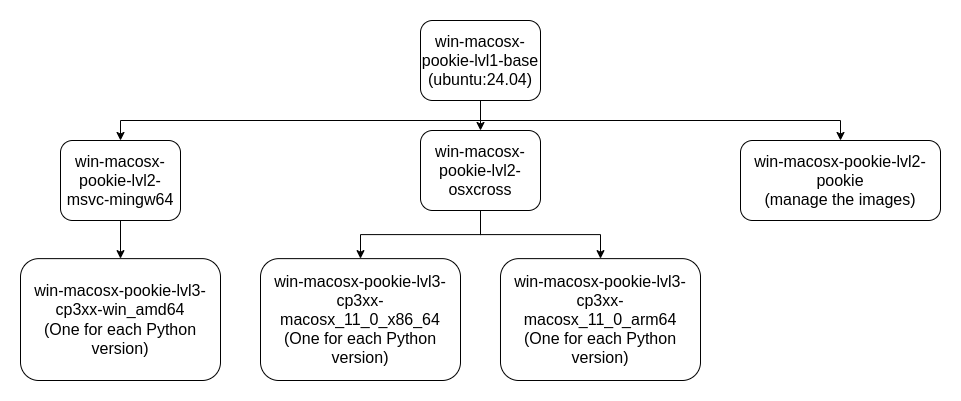
This is images/win-macosx-pookie/Docker_layer_graph_win-macosx-pookie.png from andreslilloortiz/pookie, a draw.io export, as it was before one commit. Source tidied: cells renumbered, new cells last; positions are measured from the earlier drawing's top-left corner, leaving out a move shared by most shapes.
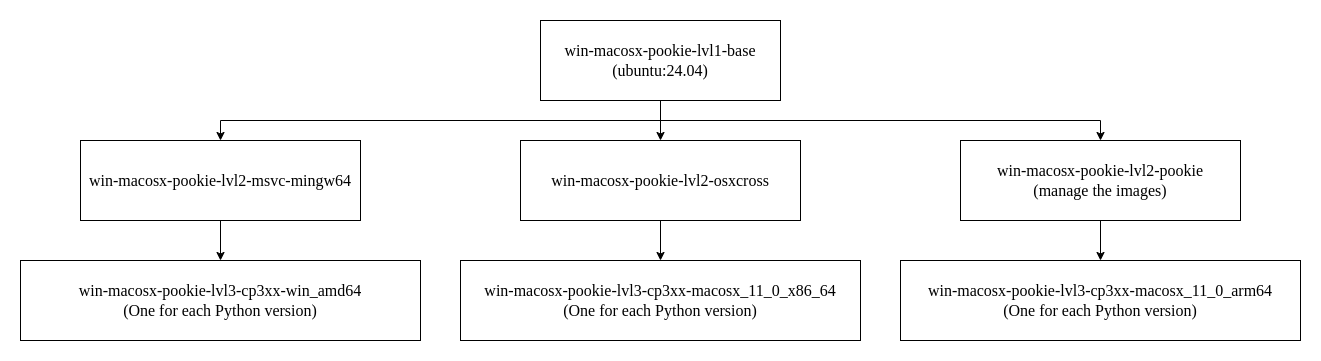
After the commit.

Commit message:
New docker layer graph style

The edit, as a diff of the source:
```diff
@@ -2,43 +2,43 @@
   <root>
     <mxCell id="0" />
     <mxCell id="1" parent="0" />
-    <mxCell id="2" style="edgeStyle=orthogonalEdgeStyle;rounded=0;jettySize=auto;html=1;exitX=0.5;exitY=1;exitDx=0;exitDy=0;entryX=0.5;entryY=0;entryDx=0;entryDy=0;fontSize=16;fontColor=default;" parent="1" edge="1" source="5" target="6">
+    <mxCell id="2" style="edgeStyle=orthogonalEdgeStyle;rounded=0;jettySize=auto;html=1;exitX=0.5;exitY=1;exitDx=0;exitDy=0;entryX=0.5;entryY=0;entryDx=0;entryDy=0;fontSize=16;fontColor=default;fontFamily=Times New Roman;" parent="1" edge="1" source="5" target="6">
       <mxGeometry relative="1" as="geometry" />
     </mxCell>
-    <mxCell id="3" style="edgeStyle=orthogonalEdgeStyle;rounded=0;jettySize=auto;html=1;exitX=0.5;exitY=1;exitDx=0;exitDy=0;fontSize=16;fontColor=default;" parent="1" edge="1" source="5" target="8">
+    <mxCell id="3" style="edgeStyle=orthogonalEdgeStyle;rounded=0;jettySize=auto;html=1;exitX=0.5;exitY=1;exitDx=0;exitDy=0;fontSize=16;fontColor=default;fontFamily=Times New Roman;" parent="1" edge="1" source="5" target="8">
       <mxGeometry relative="1" as="geometry" />
     </mxCell>
-    <mxCell id="4" style="edgeStyle=orthogonalEdgeStyle;rounded=0;jettySize=auto;html=1;exitX=0.5;exitY=1;exitDx=0;exitDy=0;fontSize=16;fontColor=default;" parent="1" edge="1" source="5" target="11">
+    <mxCell id="4" style="edgeStyle=orthogonalEdgeStyle;rounded=0;jettySize=auto;html=1;exitX=0.5;exitY=1;exitDx=0;exitDy=0;fontSize=16;fontColor=default;fontFamily=Times New Roman;" parent="1" edge="1" source="5" target="11">
       <mxGeometry relative="1" as="geometry" />
     </mxCell>
-    <mxCell id="5" value="&lt;div&gt;&lt;font&gt;win-macosx-pookie-lvl1-base&lt;/font&gt;&lt;/div&gt;&lt;font&gt;(ubuntu:24.04)&lt;/font&gt;" style="rounded=1;whiteSpace=wrap;html=1;fontSize=16;fontColor=default;" parent="1" vertex="1">
-      <mxGeometry x="400" width="120" height="80" as="geometry" />
+    <mxCell id="5" value="&lt;div&gt;&lt;font&gt;win-macosx-pookie-lvl1-base&lt;/font&gt;&lt;/div&gt;&lt;font&gt;(ubuntu:24.04)&lt;/font&gt;" style="rounded=0;whiteSpace=wrap;html=1;fontSize=16;fontColor=default;fontFamily=Times New Roman;" parent="1" vertex="1">
+      <mxGeometry x="520" width="240" height="80" as="geometry" />
     </mxCell>
-    <mxCell id="6" value="&lt;font&gt;&lt;span style=&quot;&quot;&gt;win-macosx-pookie-lvl2-&lt;/span&gt;pookie&lt;/font&gt;&lt;div&gt;&lt;font&gt;(manage the images)&lt;/font&gt;&lt;/div&gt;" style="rounded=1;whiteSpace=wrap;html=1;strokeColor=default;fontSize=16;fontColor=default;" parent="1" vertex="1">
-      <mxGeometry x="720" y="120" width="200" height="80" as="geometry" />
+    <mxCell id="6" value="&lt;font&gt;&lt;span style=&quot;&quot;&gt;win-macosx-pookie-lvl2-&lt;/span&gt;pookie&lt;/font&gt;&lt;div&gt;&lt;font&gt;(manage the images)&lt;/font&gt;&lt;/div&gt;" style="rounded=0;whiteSpace=wrap;html=1;strokeColor=default;fontSize=16;fontColor=default;fontFamily=Times New Roman;" parent="1" vertex="1">
+      <mxGeometry x="940" y="120" width="280" height="80" as="geometry" />
     </mxCell>
-    <mxCell id="7" style="edgeStyle=orthogonalEdgeStyle;rounded=0;jettySize=auto;html=1;exitX=0.5;exitY=1;exitDx=0;exitDy=0;entryX=0.5;entryY=0;entryDx=0;entryDy=0;fontSize=16;fontColor=default;" parent="1" edge="1" source="8" target="9">
+    <mxCell id="7" style="edgeStyle=orthogonalEdgeStyle;rounded=0;jettySize=auto;html=1;exitX=0.5;exitY=1;exitDx=0;exitDy=0;entryX=0.5;entryY=0;entryDx=0;entryDy=0;fontSize=16;fontColor=default;fontFamily=Times New Roman;" parent="1" edge="1" source="8" target="9">
       <mxGeometry relative="1" as="geometry" />
     </mxCell>
-    <mxCell id="8" value="win&lt;span style=&quot;&quot;&gt;-macosx-pookie-lvl2-msvc-mingw64&lt;/span&gt;" style="rounded=1;whiteSpace=wrap;html=1;fontSize=16;fontColor=default;" parent="1" vertex="1">
-      <mxGeometry x="40" y="120" width="120" height="80" as="geometry" />
+    <mxCell id="8" value="win&lt;span style=&quot;&quot;&gt;-macosx-pookie-lvl2-msvc-mingw64&lt;/span&gt;" style="rounded=0;whiteSpace=wrap;html=1;fontSize=16;fontColor=default;fontFamily=Times New Roman;" parent="1" vertex="1">
+      <mxGeometry x="60" y="120" width="280" height="80" as="geometry" />
     </mxCell>
-    <mxCell id="9" value="&lt;font&gt;&lt;span style=&quot;background-color: transparent;&quot;&gt;win-macosx-pookie&lt;/span&gt;&lt;span style=&quot;&quot;&gt;-&lt;/span&gt;&lt;span style=&quot;&quot;&gt;lvl3&lt;/span&gt;&lt;span style=&quot;&quot;&gt;-&lt;/span&gt;&lt;span style=&quot;&quot;&gt;cp3xx-win_amd64&lt;/span&gt;&lt;br&gt;&lt;span style=&quot;&quot;&gt;(One for each Python version)&lt;/span&gt;&lt;/font&gt;" style="rounded=1;whiteSpace=wrap;html=1;fontSize=16;fontColor=default;" parent="1" vertex="1">
-      <mxGeometry y="238.1" width="200" height="121.9" as="geometry" />
+    <mxCell id="9" value="&lt;font&gt;&lt;span style=&quot;background-color: transparent;&quot;&gt;win-macosx-pookie&lt;/span&gt;&lt;span style=&quot;&quot;&gt;-&lt;/span&gt;&lt;span style=&quot;&quot;&gt;lvl3&lt;/span&gt;&lt;span style=&quot;&quot;&gt;-&lt;/span&gt;&lt;span style=&quot;&quot;&gt;cp3xx-win_amd64&lt;/span&gt;&lt;br&gt;&lt;span style=&quot;&quot;&gt;(One for each Python version)&lt;/span&gt;&lt;/font&gt;" style="rounded=0;whiteSpace=wrap;html=1;fontSize=16;fontColor=default;fontFamily=Times New Roman;" parent="1" vertex="1">
+      <mxGeometry y="240" width="400" height="80" as="geometry" />
     </mxCell>
-    <mxCell id="10" style="edgeStyle=orthogonalEdgeStyle;rounded=0;jettySize=auto;html=1;exitX=0.5;exitY=1;exitDx=0;exitDy=0;entryX=0.5;entryY=0;entryDx=0;entryDy=0;fontSize=16;fontColor=default;" parent="1" edge="1" source="11" target="12">
+    <mxCell id="10" style="edgeStyle=orthogonalEdgeStyle;rounded=0;jettySize=auto;html=1;exitX=0.5;exitY=1;exitDx=0;exitDy=0;entryX=0.5;entryY=0;entryDx=0;entryDy=0;fontSize=16;fontColor=default;fontFamily=Times New Roman;" parent="1" edge="1" source="11" target="12">
       <mxGeometry relative="1" as="geometry" />
     </mxCell>
-    <mxCell id="11" value="&lt;font&gt;&lt;span style=&quot;&quot;&gt;win-macosx-pookie-lvl2-&lt;/span&gt;osxcross&lt;/font&gt;" style="rounded=1;whiteSpace=wrap;html=1;fontSize=16;fontColor=default;" parent="1" vertex="1">
-      <mxGeometry x="400" y="110" width="120" height="80" as="geometry" />
+    <mxCell id="11" value="&lt;font&gt;&lt;span style=&quot;&quot;&gt;win-macosx-pookie-lvl2-&lt;/span&gt;osxcross&lt;/font&gt;" style="rounded=0;whiteSpace=wrap;html=1;fontSize=16;fontColor=default;fontFamily=Times New Roman;" parent="1" vertex="1">
+      <mxGeometry x="500" y="120" width="280" height="80" as="geometry" />
     </mxCell>
-    <mxCell id="12" value="&lt;span style=&quot;&quot;&gt;&lt;span style=&quot;&quot;&gt;win-macosx-pookie&lt;/span&gt;-&lt;/span&gt;&lt;span style=&quot;&quot;&gt;lvl3&lt;/span&gt;&lt;span style=&quot;&quot;&gt;-&lt;/span&gt;&lt;span style=&quot;&quot;&gt;cp3xx-macosx_11_0_x86_64&lt;/span&gt;&lt;br style=&quot;&quot;&gt;&lt;span style=&quot;&quot;&gt;(One for each Python version)&lt;/span&gt;" style="rounded=1;whiteSpace=wrap;html=1;fontSize=16;fontColor=default;" parent="1" vertex="1">
-      <mxGeometry x="240" y="238.1" width="200" height="121.9" as="geometry" />
+    <mxCell id="12" value="&lt;span style=&quot;&quot;&gt;&lt;span style=&quot;&quot;&gt;win-macosx-pookie&lt;/span&gt;-&lt;/span&gt;&lt;span style=&quot;&quot;&gt;lvl3&lt;/span&gt;&lt;span style=&quot;&quot;&gt;-&lt;/span&gt;&lt;span style=&quot;&quot;&gt;cp3xx-macosx_11_0_x86_64&lt;/span&gt;&lt;br style=&quot;&quot;&gt;&lt;span style=&quot;&quot;&gt;(One for each Python version)&lt;/span&gt;" style="rounded=0;whiteSpace=wrap;html=1;fontSize=16;fontColor=default;fontFamily=Times New Roman;" parent="1" vertex="1">
+      <mxGeometry x="440" y="240" width="400" height="80" as="geometry" />
     </mxCell>
-    <mxCell id="13" value="&lt;span style=&quot;&quot;&gt;&lt;span style=&quot;&quot;&gt;win-macosx-pookie&lt;/span&gt;-&lt;/span&gt;&lt;span style=&quot;&quot;&gt;lvl3&lt;/span&gt;&lt;span style=&quot;&quot;&gt;-&lt;/span&gt;&lt;span style=&quot;&quot;&gt;cp3xx-macosx_11_0_arm64&lt;/span&gt;&lt;br style=&quot;&quot;&gt;&lt;span style=&quot;&quot;&gt;(One for each Python version)&lt;/span&gt;" style="rounded=1;whiteSpace=wrap;html=1;fontSize=16;fontColor=default;" parent="1" vertex="1">
-      <mxGeometry x="480" y="238.1" width="200" height="121.9" as="geometry" />
+    <mxCell id="13" value="&lt;span style=&quot;&quot;&gt;&lt;span style=&quot;&quot;&gt;win-macosx-pookie&lt;/span&gt;-&lt;/span&gt;&lt;span style=&quot;&quot;&gt;lvl3&lt;/span&gt;&lt;span style=&quot;&quot;&gt;-&lt;/span&gt;&lt;span style=&quot;&quot;&gt;cp3xx-macosx_11_0_arm64&lt;/span&gt;&lt;br style=&quot;&quot;&gt;&lt;span style=&quot;&quot;&gt;(One for each Python version)&lt;/span&gt;" style="rounded=0;whiteSpace=wrap;html=1;fontSize=16;fontColor=default;fontFamily=Times New Roman;" parent="1" vertex="1">
+      <mxGeometry x="880" y="240" width="400" height="80" as="geometry" />
     </mxCell>
-    <mxCell id="14" style="edgeStyle=orthogonalEdgeStyle;rounded=0;jettySize=auto;html=1;exitX=0.5;exitY=1;exitDx=0;exitDy=0;entryX=0.5;entryY=0;entryDx=0;entryDy=0;fontSize=16;fontColor=default;" parent="1" edge="1" source="11" target="13">
+    <mxCell id="14" style="edgeStyle=orthogonalEdgeStyle;rounded=0;jettySize=auto;html=1;entryX=0.5;entryY=0;entryDx=0;entryDy=0;fontSize=16;fontColor=default;exitX=0.5;exitY=1;exitDx=0;exitDy=0;fontFamily=Times New Roman;" parent="1" edge="1" source="6" target="13">
       <mxGeometry relative="1" as="geometry" />
     </mxCell>
   </root>
```
